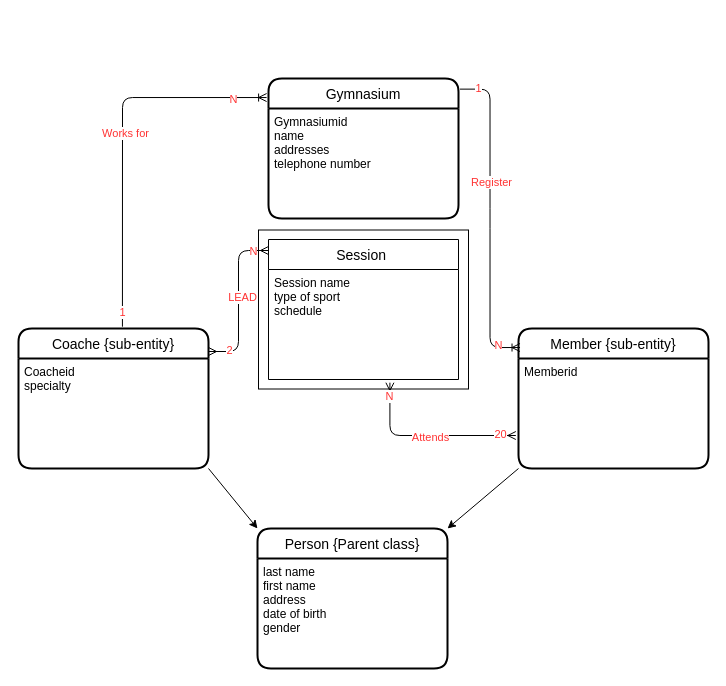
Earlier version of the draw.io diagram gym.drawio (ElyesMa/Entity-Relationship-model). Source tidied: cells renumbered, new cells numbered last; positions are measured from the earlier drawing's top-left corner, leaving out a move shared by most shapes. Both pictures are drawn from the tidied source at 100%, with x=0, y=0 at pixel (18, 78).
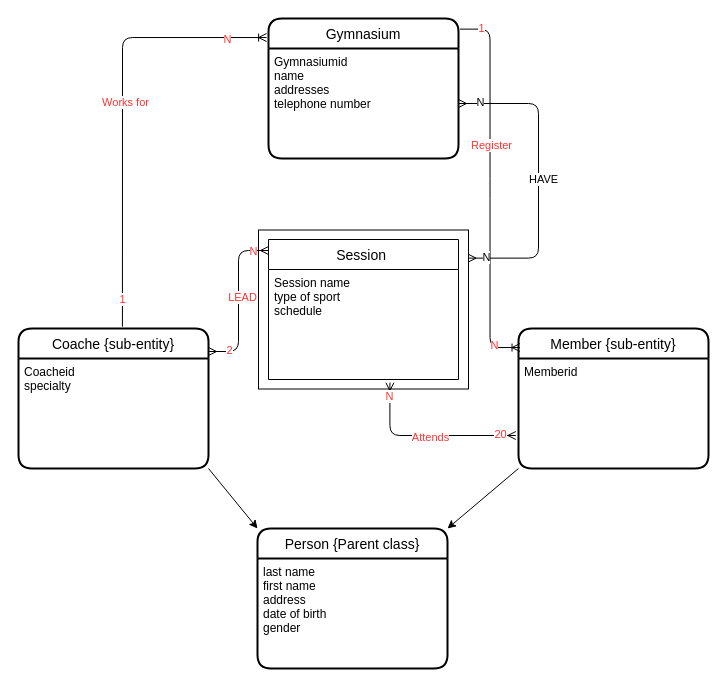
After the change.

The change refers to these unchanged cells:
```xml
<mxCell id="5" value="Gymnasiumid&#10;name&#10;addresses&#10;telephone number" style="align=left;strokeColor=none;fillColor=none;spacingLeft=4;fontSize=12;verticalAlign=top;" parent="4" vertex="1">
  <mxGeometry y="30" width="190" height="110" as="geometry" />
</mxCell>
<mxCell id="30" style="rounded=0;whiteSpace=wrap;html=1;shadow=0;glass=0;sketch=0;fontColor=#FF3333;strokeWidth=1;fillColor=none;" parent="1" vertex="1">
  <mxGeometry x="240" y="151.5" width="210" height="159" as="geometry" />
</mxCell>
```

What changed in the source:
```diff
@@
     <mxCell id="4" value="Gymnasium" style="swimlane;horizontal=1;startSize=30;rounded=1;fontSize=14;fontStyle=0;strokeWidth=2;shadow=0;dashed=0;align=center;" parent="1" vertex="1">
-      <mxGeometry x="250" width="190" height="140" as="geometry" />
+      <mxGeometry x="250" y="-60" width="190" height="140" as="geometry" />
     </mxCell>
@@
+    <mxCell id="31" style="edgeStyle=elbowEdgeStyle;fontSize=12;html=1;endArrow=ERmany;startArrow=ERmany;entryX=0.998;entryY=0.177;entryDx=0;entryDy=0;entryPerimeter=0;exitX=1;exitY=0.5;exitDx=0;exitDy=0;" parent="1" edge="1" source="5" target="30">
+      <mxGeometry relative="1" as="geometry">
+        <Array as="points">
+          <mxPoint x="520" y="100" />
+        </Array>
+      </mxGeometry>
+    </mxCell>
+    <mxCell id="32" value="N" style="edgeLabel;html=1;align=center;verticalAlign=middle;" parent="31" vertex="1">
+      <mxGeometry x="-0.86" y="2" relative="1" as="geometry" />
+    </mxCell>
+    <mxCell id="33" value="N" style="edgeLabel;html=1;align=center;verticalAlign=middle;" parent="31" vertex="1">
+      <mxGeometry x="0.88" y="-1" relative="1" as="geometry" />
+    </mxCell>
+    <mxCell id="34" value="HAVE" style="edgeLabel;html=1;align=center;verticalAlign=middle;" parent="31" vertex="1">
+      <mxGeometry x="0.17" y="4" relative="1" as="geometry">
+        <mxPoint y="-23" as="offset" />
+      </mxGeometry>
+    </mxCell>
```
